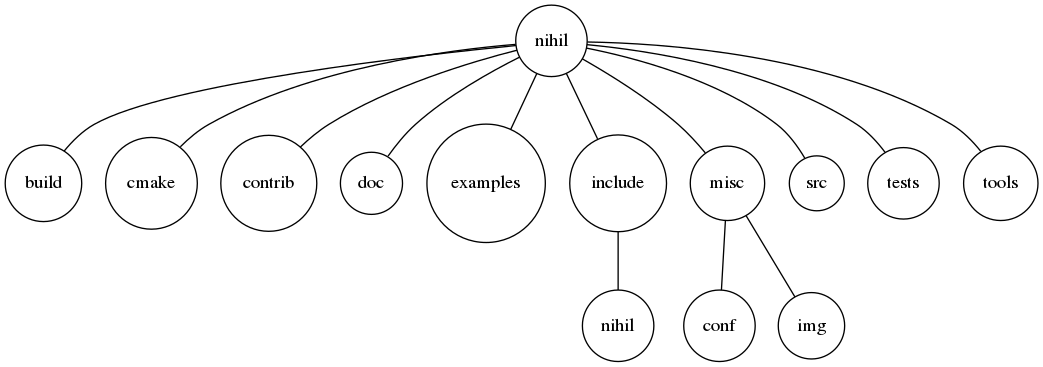
Before: doc/source/img/output_tree.png, a diagram exported from Graphviz (jhxie/skaff). Its source is kept beside it as doc/source/img/output_tree.dot.
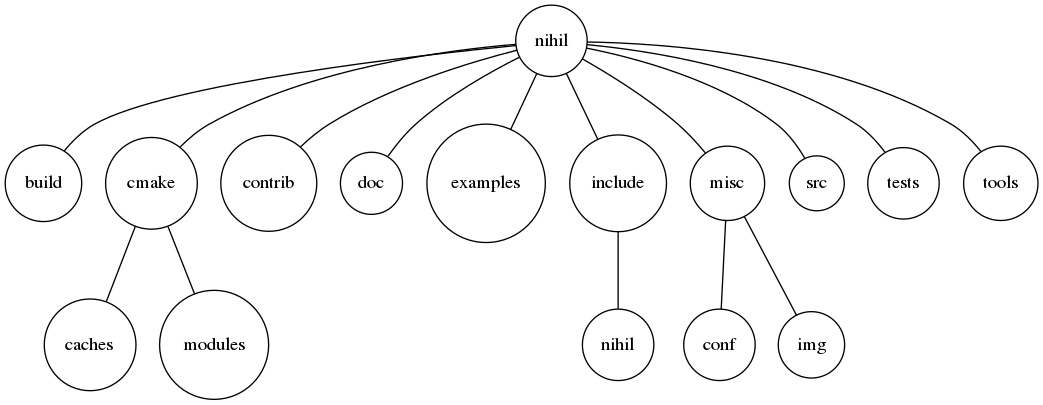
After the change.

The edit, as a diff of the source:
```diff
@@ -25,11 +25,15 @@
     root -- tools;
 
     /* Level 2 Vertexes */
+    caches[shape="circle"];
     conf[shape="circle"];
     header[label="nihil", shape="circle"];
     img[shape="circle"];
+    modules[shape="circle"];
 
     /* Level 2 Edges */
+    cmake -- caches;
+    cmake -- modules;
     include -- header;
     misc -- conf;
     misc -- img;
```
